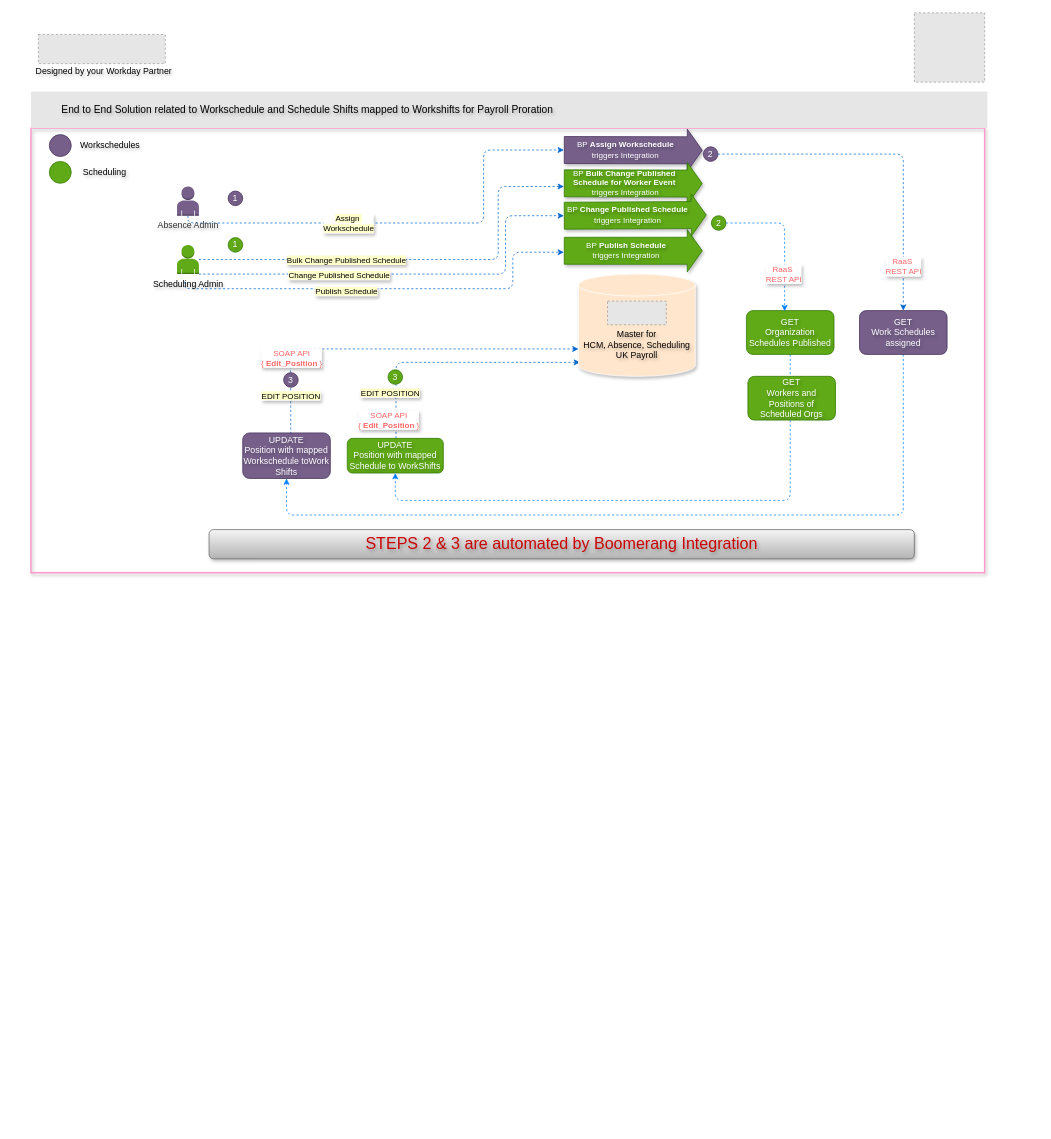
Before: Leonardo Hotels Boomerang v1.drawio in sandyaroma/sandyaroma, a draw.io diagram. Source tidied: cells renumbered, new cells numbered last; positions are measured from the earlier drawing's top-left corner, leaving out a move shared by most shapes. Both pictures are drawn from the tidied source at 73%, with x=0, y=0 at pixel (31, 12). Pictures stored in the file or linked from it are replaced by grey dashed boxes.
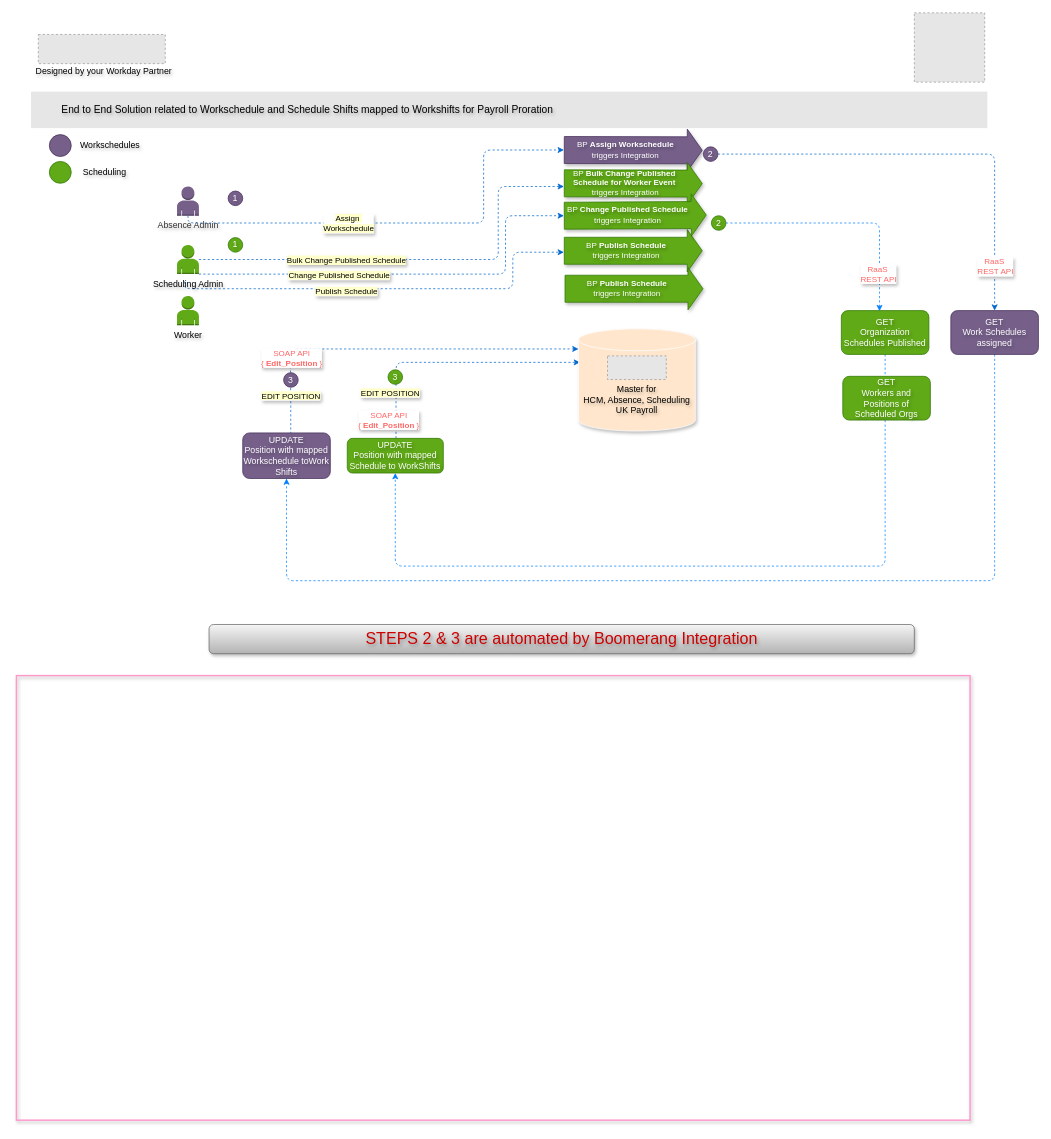
After the change.

Commit message:
Mettre à jour Leonardo Hotels Boomerang v1.drawio

The change refers to these unchanged cells:
```xml
<mxCell id="51" value="&lt;div&gt;UPDATE&lt;/div&gt;&lt;div&gt;Position with mapped&lt;/div&gt;Workschedule toWork Shifts" style="rounded=1;whiteSpace=wrap;html=1;fillColor=#76608a;strokeColor=#432D57;textShadow=1;fontColor=#ffffff;" parent="1" vertex="1">
  <mxGeometry x="290" y="575.5" width="120" height="62.5" as="geometry" />
</mxCell>
<mxCell id="52" value="&lt;div&gt;UPDATE&lt;/div&gt;&lt;div&gt;Position with mapped&lt;/div&gt;Schedule to WorkShifts" style="rounded=1;whiteSpace=wrap;html=1;fillColor=#60a917;strokeColor=#2D7600;textShadow=1;fontColor=#ffffff;" parent="1" vertex="1">
  <mxGeometry x="433.2" y="583" width="131.6" height="47.5" as="geometry" />
</mxCell>
```

The edit, as a diff of the source:
```diff
@@
     <mxCell id="4" style="rounded=0;whiteSpace=wrap;html=1;fillColor=none;strokeWidth=2;strokeColor=#FF99CC;shadow=1;textShadow=1;" parent="1" vertex="1">
-      <mxGeometry y="158" width="1306.4" height="609" as="geometry" />
+      <mxGeometry x="-20" y="908" width="1306.4" height="609" as="geometry" />
     </mxCell>
@@
     <mxCell id="6" value="&lt;div&gt;&lt;br&gt;&lt;/div&gt;&lt;div&gt;&lt;br&gt;&lt;/div&gt;&lt;div&gt;&lt;span style=&quot;background-color: initial;&quot;&gt;Master for&lt;/span&gt;&lt;/div&gt;&lt;div&gt;&lt;span style=&quot;background-color: initial;&quot;&gt;HCM, Absence, Scheduling&lt;/span&gt;&lt;br&gt;&lt;/div&gt;&lt;div&gt;&lt;span style=&quot;background-color: initial;&quot;&gt;UK Payroll&lt;/span&gt;&lt;/div&gt;" style="shape=cylinder3;whiteSpace=wrap;html=1;boundedLbl=1;backgroundOutline=1;size=15;fillColor=#ffe6cc;strokeColor=#FFFFFF;shadow=1;textShadow=1;" parent="1" vertex="1">
-      <mxGeometry x="750" y="358" width="160" height="140" as="geometry" />
+      <mxGeometry x="750" y="433" width="160" height="140" as="geometry" />
     </mxCell>
     <mxCell id="7" style="fillColor=#E6E6E6;strokeColor=#999999;dashed=1;verticalLabelPosition=bottom;labelBackgroundColor=default;verticalAlign=top;" parent="1" vertex="1">
-      <mxGeometry x="789.7" y="395" width="80.5" height="32.4" as="geometry" />
+      <mxGeometry x="789.7" y="470" width="80.5" height="32.4" as="geometry" />
     </mxCell>
     <mxCell id="8" style="edgeStyle=orthogonalEdgeStyle;rounded=1;jettySize=auto;html=1;curved=0;dashed=1;strokeColor=#007FFF;exitX=0.5;exitY=1;exitDx=0;exitDy=0;entryX=0.5;entryY=1;entryDx=0;entryDy=0;textShadow=1;" parent="1" edge="1" source="9" target="51">
       <mxGeometry relative="1" as="geometry">
         <Array as="points">
-          <mxPoint x="1195" y="688" />
-          <mxPoint x="350" y="688" />
+          <mxPoint x="1320" y="778" />
+          <mxPoint x="350" y="778" />
         </Array>
       </mxGeometry>
     </mxCell>
     <mxCell id="9" value="GET&lt;div&gt;Work Schedules&lt;/div&gt;&lt;div&gt;assigned&lt;/div&gt;" style="rounded=1;whiteSpace=wrap;html=1;fillColor=#76608a;strokeColor=#432D57;textShadow=1;fontColor=#ffffff;" parent="1" vertex="1">
-      <mxGeometry x="1134.9" y="408" width="120" height="60" as="geometry" />
+      <mxGeometry x="1260" y="408" width="120" height="60" as="geometry" />
     </mxCell>
@@
     <mxCell id="26" style="edgeStyle=orthogonalEdgeStyle;rounded=1;jettySize=auto;html=1;curved=0;dashed=1;strokeColor=#007FFF;exitX=0.5;exitY=1;exitDx=0;exitDy=0;entryX=0.5;entryY=1;entryDx=0;entryDy=0;textShadow=1;" parent="1" edge="1" source="27" target="52">
       <mxGeometry relative="1" as="geometry">
         <Array as="points">
-          <mxPoint x="1040" y="668" />
-          <mxPoint x="499" y="668" />
+          <mxPoint x="1170" y="758" />
+          <mxPoint x="499" y="758" />
         </Array>
       </mxGeometry>
     </mxCell>
     <mxCell id="27" value="GET&lt;div&gt;Organization Schedules Published&lt;/div&gt;" style="rounded=1;whiteSpace=wrap;html=1;fillColor=#60a917;strokeColor=#2D7600;textShadow=1;fontColor=#ffffff;" parent="1" vertex="1">
-      <mxGeometry x="980" y="408" width="120" height="60" as="geometry" />
+      <mxGeometry x="1110" y="408" width="120" height="60" as="geometry" />
     </mxCell>
     <mxCell id="28" value="&lt;font color=&quot;#ff6666&quot;&gt;RaaS&amp;nbsp;&lt;/font&gt;&lt;div&gt;&lt;font color=&quot;#ff6666&quot;&gt;REST API&lt;/font&gt;&lt;/div&gt;" style="edgeLabel;html=1;align=center;verticalAlign=middle;textShadow=1;" parent="1" vertex="1">
-      <mxGeometry x="1194.9" y="348" as="geometry">
+      <mxGeometry x="1320" y="348" as="geometry">
         <mxPoint y="-1" as="offset" />
       </mxGeometry>
     </mxCell>
@@
     <mxCell id="48" value="&lt;font color=&quot;#ff6666&quot;&gt;RaaS&amp;nbsp;&lt;/font&gt;&lt;div&gt;&lt;font color=&quot;#ff6666&quot;&gt;REST API&lt;/font&gt;&lt;/div&gt;" style="edgeLabel;html=1;align=center;verticalAlign=middle;textShadow=1;" parent="1" vertex="1">
-      <mxGeometry x="1030" y="358" as="geometry">
+      <mxGeometry x="1160" y="358" as="geometry">
         <mxPoint y="-1" as="offset" />
       </mxGeometry>
     </mxCell>
@@
     <mxCell id="53" value="&lt;font style=&quot;font-size: 22px; color: rgb(204, 0, 0);&quot;&gt;STEPS 2 &amp;amp; 3 are automated by Boomerang Integration&lt;/font&gt;" style="rounded=1;whiteSpace=wrap;html=1;shadow=1;fillColor=#f5f5f5;strokeColor=#666666;gradientColor=#b3b3b3;textShadow=1;" parent="1" vertex="1">
-      <mxGeometry x="243.9" y="708" width="966.1" height="40" as="geometry" />
+      <mxGeometry x="243.9" y="838" width="966.1" height="40" as="geometry" />
     </mxCell>
     <mxCell id="54" value="GET&lt;div&gt;Workers and Positions of Scheduled Orgs&lt;/div&gt;" style="rounded=1;whiteSpace=wrap;html=1;fillColor=#60a917;strokeColor=#2D7600;textShadow=1;fontColor=#ffffff;" parent="1" vertex="1">
-      <mxGeometry x="982" y="498" width="120" height="60" as="geometry" />
+      <mxGeometry x="1112" y="498" width="120" height="60" as="geometry" />
     </mxCell>
+    <mxCell id="55" value="&lt;font style=&quot;color: rgb(0, 0, 0);&quot;&gt;Worker&lt;/font&gt;" style="dashed=0;verticalLabelPosition=bottom;verticalAlign=top;align=center;html=1;shape=mxgraph.aws3.user;fillColor=#60a917;strokeColor=#2D7600;fontColor=#ffffff;textShadow=1;" parent="1" vertex="1">
+      <mxGeometry x="200" y="388" width="30" height="40" as="geometry" />
+    </mxCell>
+    <mxCell id="56" style="shape=flexArrow;endArrow=classic;html=1;rounded=0;width=37;endSize=6.52;fillColor=#60a917;strokeColor=#2D7600;shadow=1;textShadow=1;" parent="1" edge="1">
+      <mxGeometry relative="1" as="geometry">
+        <mxPoint x="731" y="378" as="sourcePoint" />
+        <mxPoint x="921" y="378" as="targetPoint" />
+      </mxGeometry>
+    </mxCell>
+    <mxCell id="57" value="&lt;font style=&quot;color: rgb(255, 255, 255);&quot;&gt;BP&amp;nbsp;&lt;b&gt;Publish Schedule&lt;/b&gt;&lt;/font&gt;&lt;div&gt;&lt;font style=&quot;color: rgb(255, 255, 255);&quot;&gt;triggers Integration&lt;/font&gt;&lt;/div&gt;" style="edgeLabel;html=1;align=center;verticalAlign=middle;labelBackgroundColor=none;textShadow=1;" parent="56" vertex="1">
+      <mxGeometry x="-0.15" y="-7" relative="1" as="geometry">
+        <mxPoint x="3" y="-8" as="offset" />
+      </mxGeometry>
+    </mxCell>
```
